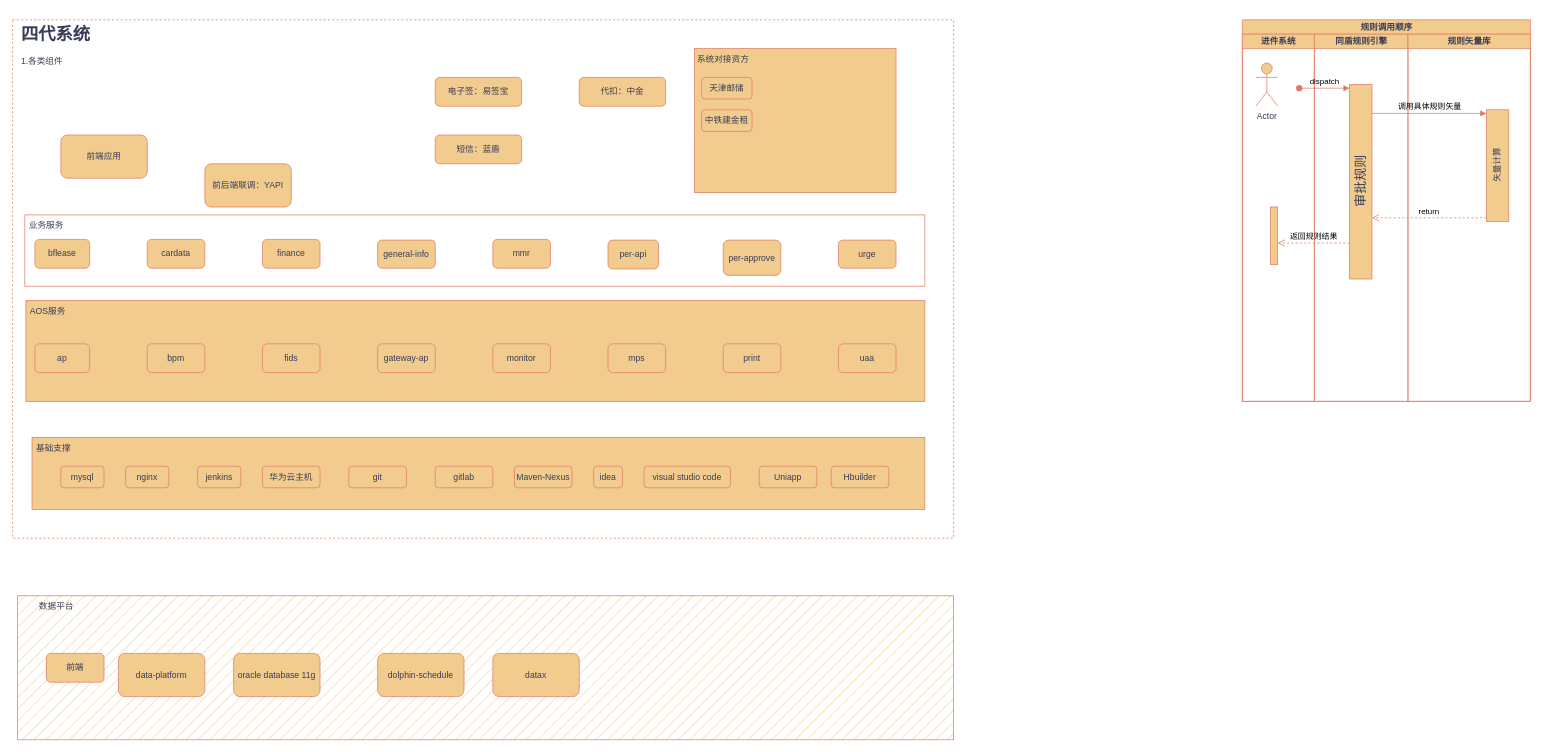
Before: 现有系统结构.drawio in XiongZen/QJReconstitution, a draw.io diagram. Source tidied: cells renumbered, new cells numbered last; positions are measured from the earlier drawing's top-left corner, leaving out a move shared by most shapes. Both pictures are drawn from the tidied source at 72%, with x=0, y=0 at pixel (12, 19).
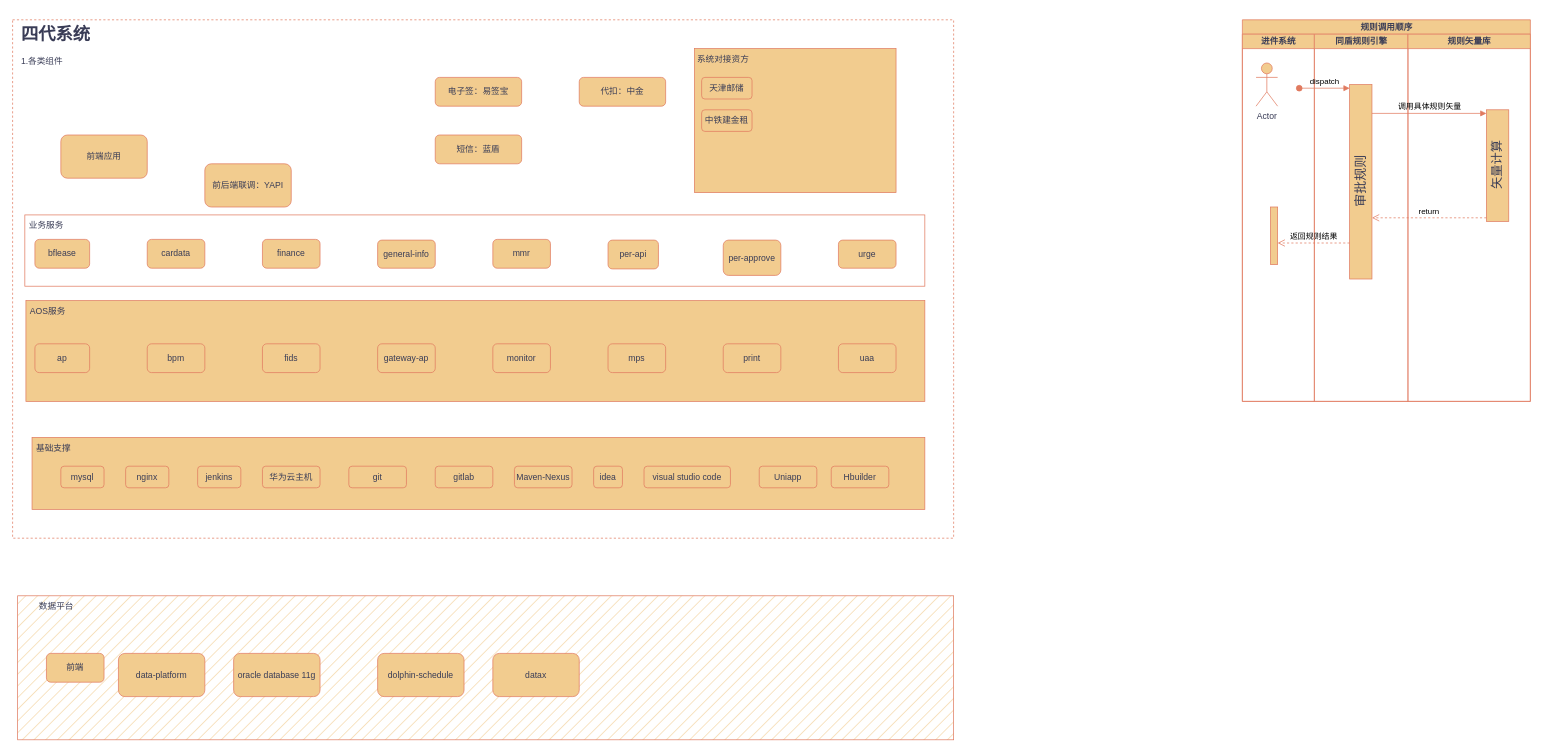
The same page after the edit.

Commit message:
更新现有系统结构.drawio

The change refers to these unchanged cells:
```xml
<mxCell id="61" value="规则矢量库" style="swimlane;startSize=20;html=1;labelBackgroundColor=none;fillColor=#F2CC8F;strokeColor=#E07A5F;fontColor=#393C56;" parent="53" vertex="1">
  <mxGeometry x="230" y="20" width="170" height="510" as="geometry" />
</mxCell>
```

Diff of the diagram source:
```diff
@@
-    <mxCell id="62" value="矢量计算" style="html=1;points=[[0,0,0,0,5],[0,1,0,0,-5],[1,0,0,0,5],[1,1,0,0,-5]];perimeter=orthogonalPerimeter;outlineConnect=0;targetShapes=umlLifeline;portConstraint=eastwest;newEdgeStyle={&quot;curved&quot;:0,&quot;rounded&quot;:0};horizontal=0;labelBackgroundColor=none;fillColor=#F2CC8F;strokeColor=#E07A5F;fontColor=#393C56;" parent="61" vertex="1">
+    <mxCell id="62" value="&lt;font style=&quot;font-size: 17px;&quot;&gt;矢量计算&lt;/font&gt;" style="html=1;points=[[0,0,0,0,5],[0,1,0,0,-5],[1,0,0,0,5],[1,1,0,0,-5]];perimeter=orthogonalPerimeter;outlineConnect=0;targetShapes=umlLifeline;portConstraint=eastwest;newEdgeStyle={&quot;curved&quot;:0,&quot;rounded&quot;:0};horizontal=0;labelBackgroundColor=none;fillColor=#F2CC8F;strokeColor=#E07A5F;fontColor=#393C56;" parent="61" vertex="1">
       <mxGeometry x="109" y="105" width="31" height="155" as="geometry" />
     </mxCell>
```
